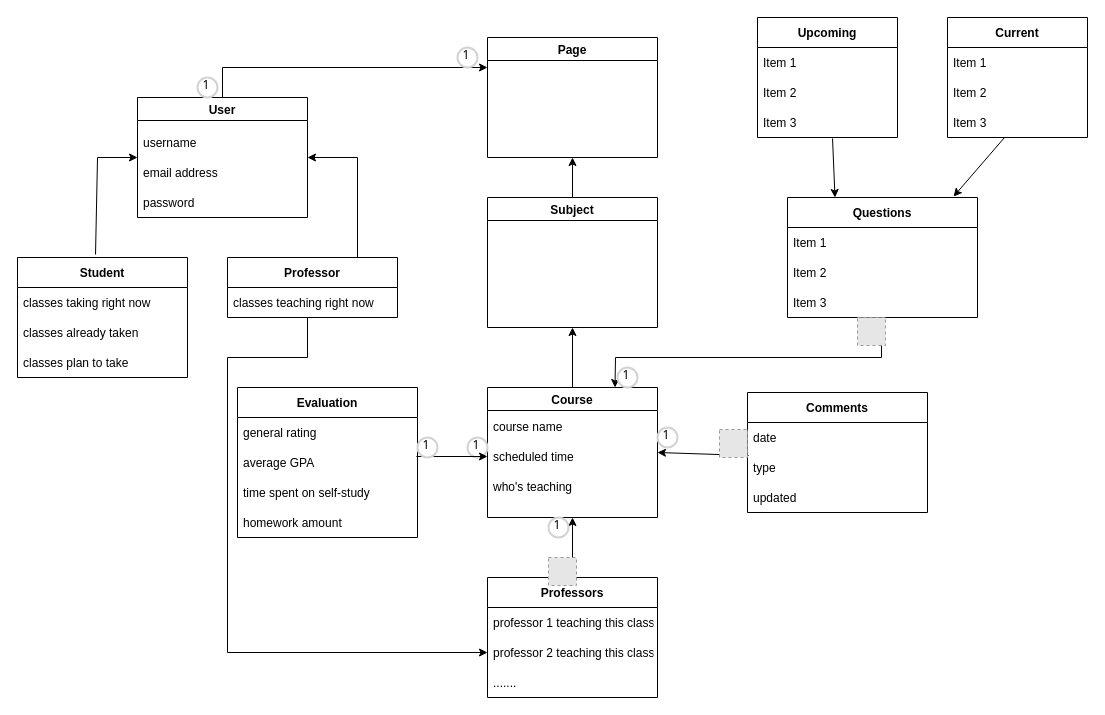
Earlier version of the draw.io diagram Domain Model.drawio (I-Dont-Want-An-F/Project). Source tidied: cells renumbered, new cells numbered last; positions are measured from the earlier drawing's top-left corner, leaving out a move shared by most shapes. Both pictures are drawn from the tidied source at 100%, with x=0, y=0 at pixel (17, 17). Pictures stored in the file or linked from it are replaced by grey dashed boxes.
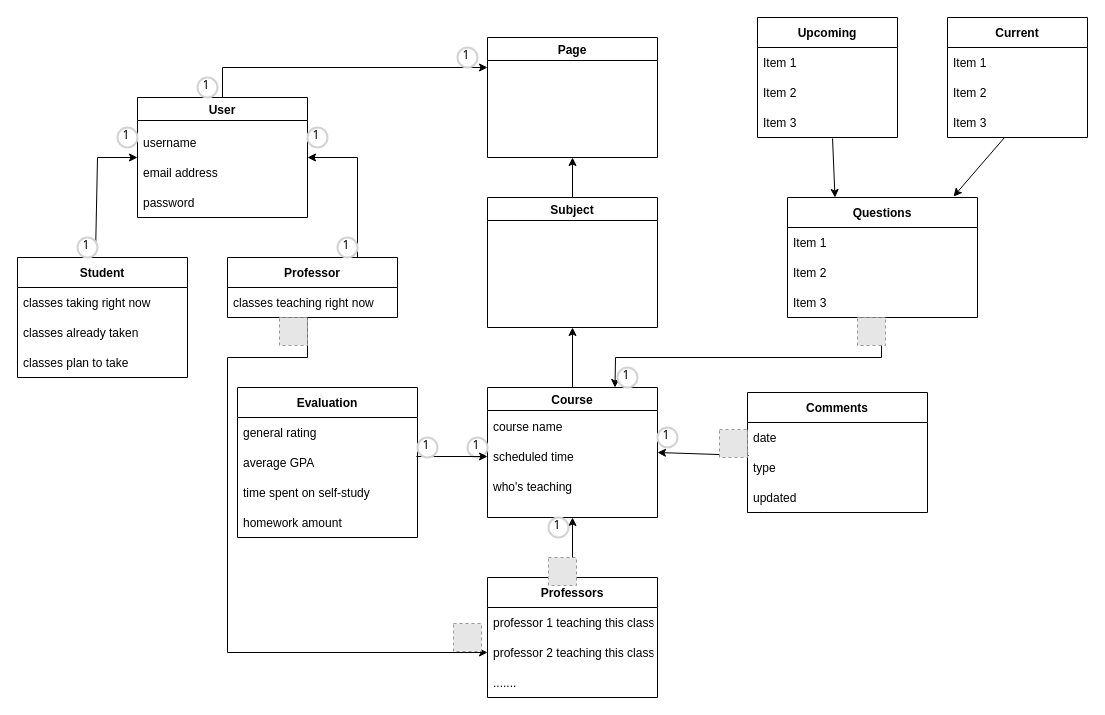
The same page after the edit.

What changed in the source:
```diff
@@
-    <mxCell id="57" value="1" style="ellipse;whiteSpace=wrap;html=1;strokeWidth=2;fontFamily=Tahoma;spacingBottom=4;spacingRight=2;strokeColor=#d3d3d3;" parent="1" vertex="1">
-      <mxGeometry x="531" y="500" width="20" height="20" as="geometry" />
-    </mxCell>
@@
+    <mxCell id="65" value="1" style="ellipse;whiteSpace=wrap;html=1;strokeWidth=2;fontFamily=Tahoma;spacingBottom=4;spacingRight=2;strokeColor=#d3d3d3;" parent="1" vertex="1">
+      <mxGeometry x="60" y="220" width="20" height="20" as="geometry" />
+    </mxCell>
+    <mxCell id="66" value="1" style="ellipse;whiteSpace=wrap;html=1;strokeWidth=2;fontFamily=Tahoma;spacingBottom=4;spacingRight=2;strokeColor=#d3d3d3;" parent="1" vertex="1">
+      <mxGeometry x="100" y="110" width="20" height="20" as="geometry" />
+    </mxCell>
+    <mxCell id="67" value="1" style="ellipse;whiteSpace=wrap;html=1;strokeWidth=2;fontFamily=Tahoma;spacingBottom=4;spacingRight=2;strokeColor=#d3d3d3;" parent="1" vertex="1">
+      <mxGeometry x="290" y="110" width="20" height="20" as="geometry" />
+    </mxCell>
+    <mxCell id="68" value="1" style="ellipse;whiteSpace=wrap;html=1;strokeWidth=2;fontFamily=Tahoma;spacingBottom=4;spacingRight=2;strokeColor=#d3d3d3;" parent="1" vertex="1">
+      <mxGeometry x="320" y="220" width="20" height="20" as="geometry" />
+    </mxCell>
+    <mxCell id="69" style="fillColor=#E6E6E6;strokeColor=#999999;dashed=1;html=1;verticalAlign=top;verticalLabelPosition=bottom;labelBackgroundColor=#ffffff;" parent="1" vertex="1">
+      <mxGeometry x="436" y="606" width="28" height="28" as="geometry" />
+    </mxCell>
+    <mxCell id="70" style="fillColor=#E6E6E6;strokeColor=#999999;dashed=1;html=1;verticalAlign=top;verticalLabelPosition=bottom;labelBackgroundColor=#ffffff;" parent="1" vertex="1">
+      <mxGeometry x="262" y="300" width="28" height="28" as="geometry" />
+    </mxCell>
+    <mxCell id="57" value="1" style="ellipse;whiteSpace=wrap;html=1;strokeWidth=2;fontFamily=Tahoma;spacingBottom=4;spacingRight=2;strokeColor=#d3d3d3;" parent="1" vertex="1">
+      <mxGeometry x="531" y="500" width="20" height="20" as="geometry" />
+    </mxCell>
```
